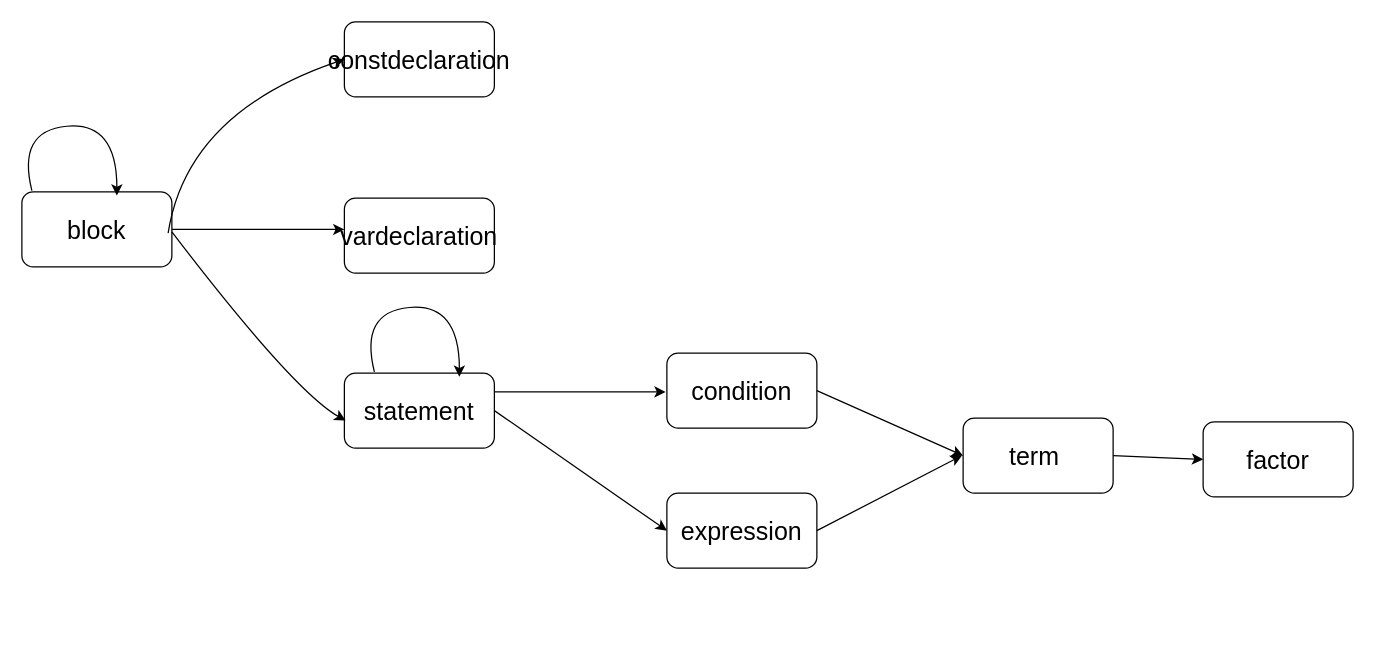
Above: page "第 1 页" (1 of 2) of 未命名绘图.drawio in chensiyi0904/draw.io (draw.io), before the change. Source tidied: cells renumbered, new cells numbered last; positions are measured from the earlier drawing's top-left corner, leaving out a move shared by most shapes. Both pictures are drawn from the tidied source at 125%, with x=0, y=0 at pixel (16, 21).
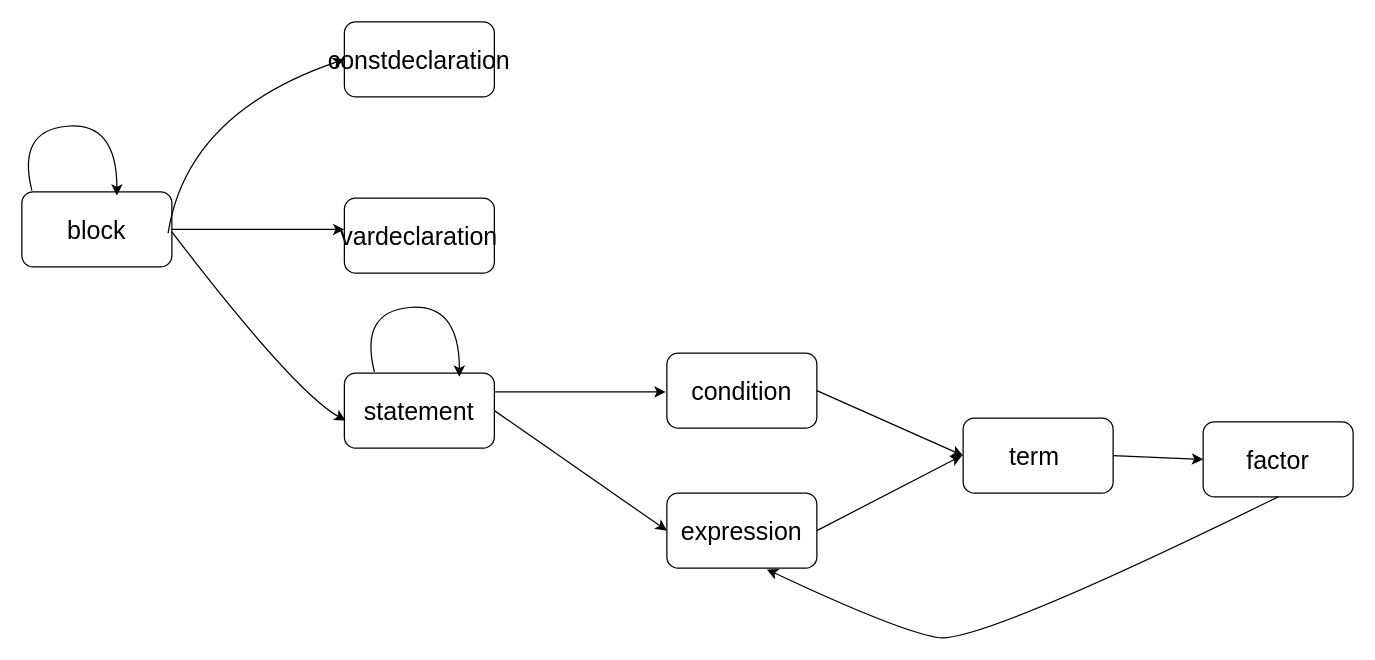
The same diagram, later.

Commit message:
更新未命名绘图.drawio

Unchanged cells that the change refers to:
```xml
<mxCell id="7" value="&lt;p class=&quot;MsoNormal&quot;&gt;&lt;font style=&quot;font-size: 20px;&quot;&gt;expression&lt;/font&gt;&lt;/p&gt;" style="rounded=1;whiteSpace=wrap;html=1;" parent="1" vertex="1">
  <mxGeometry x="520" y="377" width="120" height="60" as="geometry" />
</mxCell>
<mxCell id="10" value="&lt;p class=&quot;MsoNormal&quot;&gt;&lt;font style=&quot;font-size: 20px;&quot;&gt;factor&lt;/font&gt;&lt;/p&gt;" style="rounded=1;whiteSpace=wrap;html=1;" parent="1" vertex="1">
  <mxGeometry x="949" y="320" width="120" height="60" as="geometry" />
</mxCell>
```

What changed in the source:
```diff
@@
+    <mxCell id="20" style="curved=1;endArrow=classic;html=1;rounded=0;exitX=0.5;exitY=1;exitDx=0;exitDy=0;entryX=0.667;entryY=1.017;entryDx=0;entryDy=0;entryPerimeter=0;" parent="1" edge="1" source="10" target="7">
+      <mxGeometry relative="1" as="geometry">
+        <Array as="points">
+          <mxPoint x="769" y="498" />
+          <mxPoint x="704" y="487" />
+        </Array>
+      </mxGeometry>
+    </mxCell>
```
